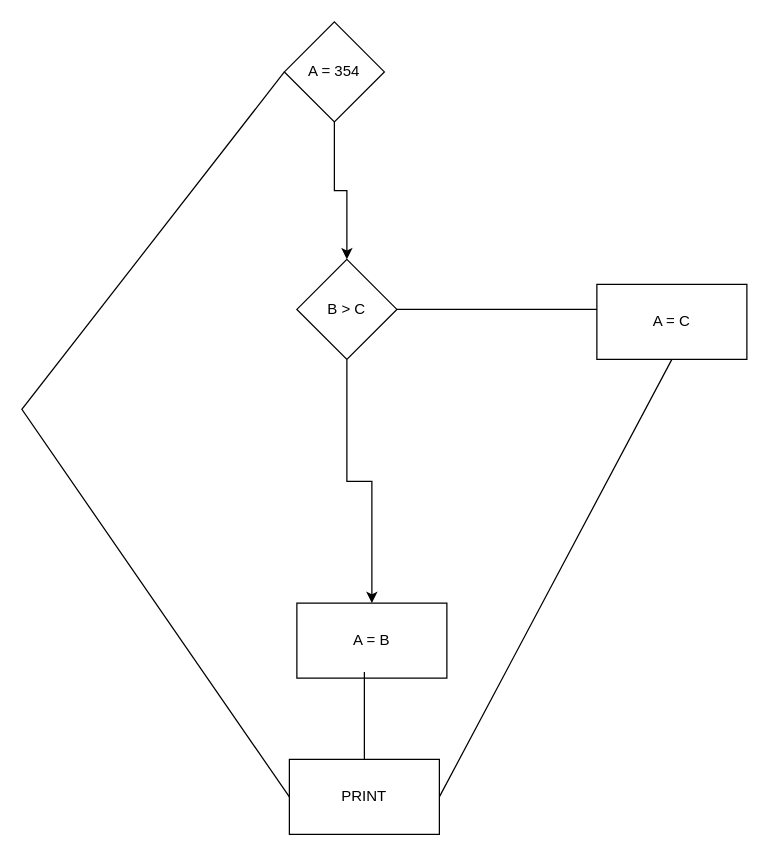
Above: Diagrama sense títol.drawio in joannaSorribes/MP05 (draw.io), before the change. Source tidied: cells renumbered, new cells numbered last; positions are measured from the earlier drawing's top-left corner, leaving out a move shared by most shapes. Both pictures are drawn from the tidied source at 125%, with x=0, y=0 at pixel (21, 21).
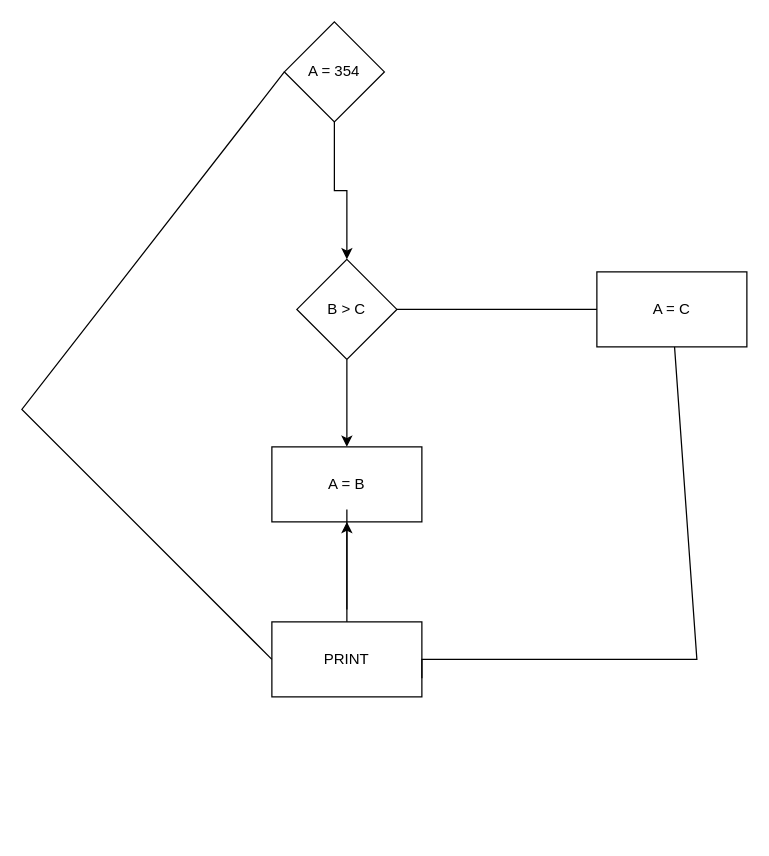
The same diagram, later.

Change to the diagram source:
```diff
@@
     <mxCell id="6" value="A = C" style="rounded=0;whiteSpace=wrap;html=1;" parent="1" vertex="1">
-      <mxGeometry x="460" y="210" width="120" height="60" as="geometry" />
+      <mxGeometry x="460" y="200" width="120" height="60" as="geometry" />
     </mxCell>
     <mxCell id="7" value="A = B" style="rounded=0;whiteSpace=wrap;html=1;" parent="1" vertex="1">
-      <mxGeometry x="220" y="465" width="120" height="60" as="geometry" />
+      <mxGeometry x="200" y="340" width="120" height="60" as="geometry" />
     </mxCell>
+    <mxCell id="13" style="edgeStyle=orthogonalEdgeStyle;rounded=0;jettySize=auto;html=1;" parent="1" edge="1" source="8" target="7">
+      <mxGeometry relative="1" as="geometry" />
+    </mxCell>
     <mxCell id="8" value="PRINT" style="rounded=0;whiteSpace=wrap;html=1;" parent="1" vertex="1">
-      <mxGeometry x="214" y="590" width="120" height="60" as="geometry" />
+      <mxGeometry x="200" y="480" width="120" height="60" as="geometry" />
     </mxCell>
-    <mxCell id="9" style="endArrow=none;html=1;rounded=0;exitX=0.5;exitY=0;exitDx=0;exitDy=0;entryX=0.45;entryY=0.917;entryDx=0;entryDy=0;entryPerimeter=0;" parent="1" edge="1" source="8" target="7">
-      <mxGeometry relative="1" as="geometry" />
+    <mxCell id="9" style="endArrow=none;html=1;rounded=0;" parent="1" edge="1">
+      <mxGeometry relative="1" as="geometry">
+        <mxPoint x="260" y="470" as="sourcePoint" />
+        <mxPoint x="260" y="390" as="targetPoint" />
+        <Array as="points">
+          <mxPoint x="260" y="430" />
+        </Array>
+      </mxGeometry>
     </mxCell>
@@
-    <mxCell id="12" style="endArrow=none;html=1;rounded=0;exitX=1;exitY=0.5;exitDx=0;exitDy=0;" parent="1" edge="1" source="8">
-      <mxGeometry relative="1" as="geometry">
-        <mxPoint x="334" y="620" as="targetPoint" />
-        <Array as="points">
-          <mxPoint x="520" y="270" />
-        </Array>
-      </mxGeometry>
-    </mxCell>
+    <mxCell id="14" style="endArrow=none;html=1;rounded=0;exitX=1;exitY=0.75;exitDx=0;exitDy=0;" parent="1" edge="1" source="8" target="6">
+      <mxGeometry relative="1" as="geometry">
+        <Array as="points">
+          <mxPoint x="320" y="510" />
+          <mxPoint x="540" y="510" />
+        </Array>
+      </mxGeometry>
+    </mxCell>
```
